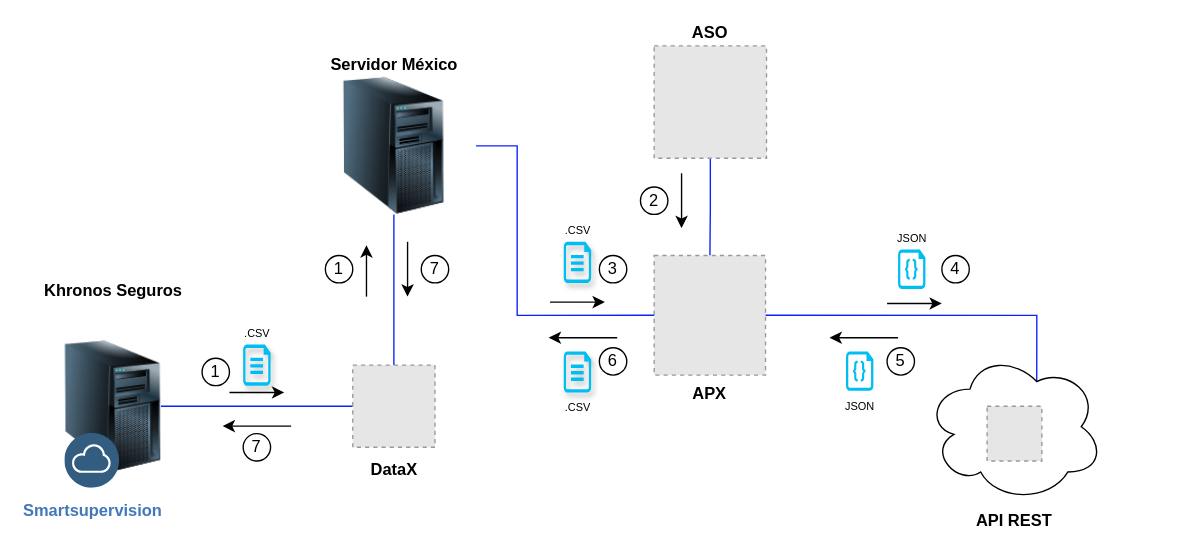
PLATYPUSCO007/DRAWIO keeps this draw.io diagram as Khronos.drawio. Above is the earlier version. Source tidied: cells renumbered, new cells numbered last; positions are measured from the earlier drawing's top-left corner, leaving out a move shared by most shapes. Both pictures are drawn from the tidied source at 137%, with x=0, y=0 at pixel (64, 45). Pictures stored in the file or linked from it are replaced by grey dashed boxes.
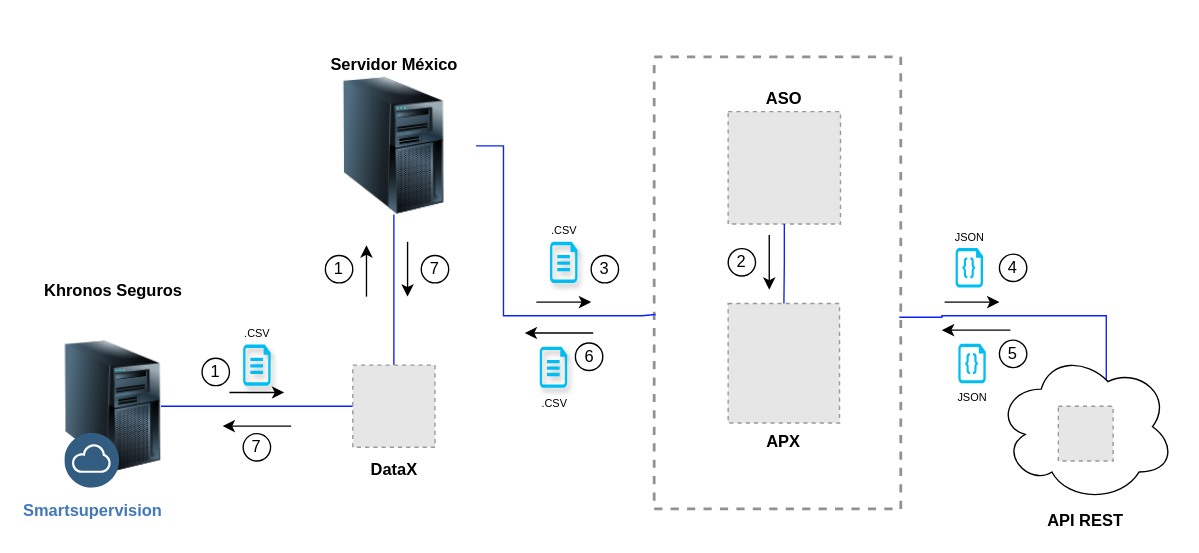
The same page after the edit.

Unchanged cells that the change refers to:
```xml
<mxCell id="12" value="Servidor México" style="image;html=1;image=img/lib/clip_art/computers/Server_Tower_128x128.png;labelPosition=center;verticalLabelPosition=top;align=center;verticalAlign=bottom;fontStyle=1;" parent="1" vertex="1">
  <mxGeometry x="180" y="23" width="120" height="100" as="geometry" />
</mxCell>
```

Diff of the diagram source:
```diff
@@
-    <mxCell id="2" style="edgeStyle=orthogonalEdgeStyle;rounded=0;jettySize=auto;html=1;fontColor=#0A22FF;strokeColor=#0A22FF;endArrow=none;startFill=0;" parent="1" edge="1" source="3" target="4">
-      <mxGeometry relative="1" as="geometry" />
-    </mxCell>
+    <mxCell id="38" style="fontStyle=0;verticalAlign=top;align=center;spacingTop=-2;fillColor=none;rounded=0;whiteSpace=wrap;html=1;strokeColor=#919191;strokeWidth=2;dashed=1;" parent="1" vertex="1">
+      <mxGeometry x="430" y="8" width="180" height="330" as="geometry" />
+    </mxCell>
-    <mxCell id="3" value="ASO" style="fillColor=#E6E6E6;strokeColor=#999999;dashed=1;verticalLabelPosition=top;labelBackgroundColor=default;verticalAlign=bottom;labelPosition=center;align=center;fontStyle=1;" parent="1" vertex="1">
-      <mxGeometry x="430" width="82" height="82" as="geometry" />
+    <mxCell id="3" value="ASO" style="fillColor=#E6E6E6;strokeColor=#999999;dashed=1;verticalLabelPosition=top;labelBackgroundColor=default;verticalAlign=bottom;labelPosition=center;align=center;fontStyle=1;" parent="38" vertex="1">
+      <mxGeometry x="54" y="40" width="82" height="82" as="geometry" />
     </mxCell>
-    <mxCell id="4" value="APX" style="fillColor=#E6E6E6;strokeColor=#999999;dashed=1;verticalLabelPosition=bottom;labelBackgroundColor=default;verticalAlign=top;labelPosition=center;align=center;fontStyle=1;" parent="1" vertex="1">
-      <mxGeometry x="430" y="153" width="81.3" height="87.3" as="geometry" />
+    <mxCell id="4" value="APX" style="fillColor=#E6E6E6;strokeColor=#999999;dashed=1;verticalLabelPosition=bottom;labelBackgroundColor=default;verticalAlign=top;labelPosition=center;align=center;fontStyle=1;" parent="38" vertex="1">
+      <mxGeometry x="54" y="180" width="81.3" height="87.3" as="geometry" />
     </mxCell>
+    <mxCell id="2" style="edgeStyle=orthogonalEdgeStyle;rounded=0;jettySize=auto;html=1;fontColor=#0A22FF;strokeColor=#0A22FF;endArrow=none;startFill=0;" parent="38" edge="1" source="3" target="4">
+      <mxGeometry relative="1" as="geometry" />
+    </mxCell>
+    <mxCell id="26" style="endArrow=classic;html=1;rounded=0;" parent="38" edge="1">
+      <mxGeometry relative="1" as="geometry">
+        <mxPoint x="84" y="130" as="sourcePoint" />
+        <mxPoint x="84" y="170" as="targetPoint" />
+      </mxGeometry>
+    </mxCell>
+    <mxCell id="20" value="2" style="ellipse;whiteSpace=wrap;html=1;" parent="38" vertex="1">
+      <mxGeometry x="54" y="140" width="20" height="20" as="geometry" />
+    </mxCell>
@@
-    <mxCell id="7" style="edgeStyle=orthogonalEdgeStyle;rounded=0;jettySize=auto;html=1;exitX=0.625;exitY=0.2;exitDx=0;exitDy=0;exitPerimeter=0;entryX=1;entryY=0.5;entryDx=0;entryDy=0;endArrow=none;startFill=0;strokeColor=#0A22FF;" parent="1" edge="1" source="8" target="4">
+    <mxCell id="7" style="edgeStyle=orthogonalEdgeStyle;rounded=0;jettySize=auto;html=1;exitX=0.625;exitY=0.2;exitDx=0;exitDy=0;exitPerimeter=0;endArrow=none;startFill=0;strokeColor=#0A22FF;entryX=0.994;entryY=0.576;entryDx=0;entryDy=0;entryPerimeter=0;" parent="1" edge="1" source="8" target="38">
       <mxGeometry relative="1" as="geometry">
         <Array as="points">
-          <mxPoint x="709" y="197" />
+          <mxPoint x="760" y="245" />
+          <mxPoint x="760" y="197" />
+          <mxPoint x="640" y="197" />
+          <mxPoint x="640" y="198" />
         </Array>
       </mxGeometry>
     </mxCell>
-    <mxCell id="8" value="API REST" style="ellipse;shape=cloud;whiteSpace=wrap;html=1;align=center;verticalAlign=top;labelPosition=center;verticalLabelPosition=bottom;fontStyle=1;" parent="1" vertex="1">
-      <mxGeometry x="628" y="223" width="130" height="110" as="geometry" />
-    </mxCell>
@@
-    <mxCell id="14" style="edgeStyle=orthogonalEdgeStyle;rounded=0;jettySize=auto;html=1;entryX=0;entryY=0.5;entryDx=0;entryDy=0;exitX=1;exitY=0.5;exitDx=0;exitDy=0;strokeColor=#0A22FF;endArrow=none;startFill=0;" parent="1" edge="1" source="12" target="4">
+    <mxCell id="14" style="edgeStyle=orthogonalEdgeStyle;rounded=0;jettySize=auto;html=1;exitX=1;exitY=0.5;exitDx=0;exitDy=0;strokeColor=#0A22FF;endArrow=none;startFill=0;entryX=0.006;entryY=0.57;entryDx=0;entryDy=0;entryPerimeter=0;" parent="1" edge="1" source="12" target="38">
       <mxGeometry relative="1" as="geometry">
         <Array as="points">
-          <mxPoint x="330" y="73" />
-          <mxPoint x="330" y="197" />
+          <mxPoint x="320" y="73" />
+          <mxPoint x="320" y="197" />
+          <mxPoint x="421" y="197" />
         </Array>
       </mxGeometry>
     </mxCell>
     <mxCell id="15" value="JSON" style="verticalLabelPosition=bottom;html=1;verticalAlign=top;align=center;strokeColor=none;fillColor=#00BEF2;shape=mxgraph.azure.code_file;fillStyle=solid;labelBackgroundColor=default;backgroundOutline=0;fontSize=8;" parent="1" vertex="1">
-      <mxGeometry x="570" y="223" width="20" height="28.8" as="geometry" />
+      <mxGeometry x="652" y="217.5" width="20" height="28.8" as="geometry" />
     </mxCell>
     <mxCell id="16" value=".CSV" style="verticalLabelPosition=top;html=1;verticalAlign=bottom;align=center;strokeColor=none;fillColor=#00BEF2;shape=mxgraph.azure.file;labelPosition=center;labelBackgroundColor=#FFFFFF;gradientColor=none;shadow=1;fontSize=8;" parent="1" vertex="1">
-      <mxGeometry x="364" y="143" width="20" height="30" as="geometry" />
+      <mxGeometry x="354" y="143" width="20" height="30" as="geometry" />
     </mxCell>
-    <mxCell id="17" style="fillColor=#E6E6E6;strokeColor=#999999;dashed=1;verticalLabelPosition=bottom;labelBackgroundColor=default;verticalAlign=top;" parent="1" vertex="1">
-      <mxGeometry x="673" y="263" width="40" height="40" as="geometry" />
-    </mxCell>
@@
-    <mxCell id="20" value="2" style="ellipse;whiteSpace=wrap;html=1;" parent="1" vertex="1">
-      <mxGeometry x="420" y="103" width="20" height="20" as="geometry" />
-    </mxCell>
     <mxCell id="21" value="4" style="ellipse;whiteSpace=wrap;html=1;" parent="1" vertex="1">
-      <mxGeometry x="640" y="153" width="20" height="20" as="geometry" />
+      <mxGeometry x="682" y="152" width="20" height="20" as="geometry" />
     </mxCell>
     <mxCell id="22" value="5" style="ellipse;whiteSpace=wrap;html=1;" parent="1" vertex="1">
-      <mxGeometry x="600" y="220.3" width="20" height="20" as="geometry" />
+      <mxGeometry x="682" y="214.8" width="20" height="20" as="geometry" />
     </mxCell>
@@
-    <mxCell id="26" style="endArrow=classic;html=1;rounded=0;" parent="1" edge="1">
-      <mxGeometry relative="1" as="geometry">
-        <mxPoint x="450" y="93" as="sourcePoint" />
-        <mxPoint x="450" y="133" as="targetPoint" />
-      </mxGeometry>
-    </mxCell>
     <mxCell id="27" style="endArrow=classic;html=1;rounded=0;endFill=1;" parent="1" edge="1">
       <mxGeometry relative="1" as="geometry">
-        <mxPoint x="354" y="187" as="sourcePoint" />
-        <mxPoint x="394" y="187" as="targetPoint" />
+        <mxPoint x="344" y="187" as="sourcePoint" />
+        <mxPoint x="384" y="187" as="targetPoint" />
       </mxGeometry>
     </mxCell>
     <mxCell id="28" value="3" style="ellipse;whiteSpace=wrap;html=1;" parent="1" vertex="1">
-      <mxGeometry x="390" y="153" width="20" height="20" as="geometry" />
+      <mxGeometry x="384" y="153" width="20" height="20" as="geometry" />
     </mxCell>
     <mxCell id="29" style="endArrow=classic;html=1;rounded=0;endFill=1;" parent="1" edge="1">
       <mxGeometry relative="1" as="geometry">
-        <mxPoint x="600" y="188" as="sourcePoint" />
-        <mxPoint x="640" y="188" as="targetPoint" />
+        <mxPoint x="642" y="187" as="sourcePoint" />
+        <mxPoint x="682" y="187" as="targetPoint" />
       </mxGeometry>
     </mxCell>
     <mxCell id="30" style="endArrow=classic;html=1;rounded=0;endFill=1;" parent="1" edge="1">
       <mxGeometry relative="1" as="geometry">
-        <mxPoint x="608" y="213" as="sourcePoint" />
-        <mxPoint x="558" y="213" as="targetPoint" />
+        <mxPoint x="690" y="207.5" as="sourcePoint" />
+        <mxPoint x="640" y="207.5" as="targetPoint" />
       </mxGeometry>
     </mxCell>
     <mxCell id="31" value="6" style="ellipse;whiteSpace=wrap;html=1;" parent="1" vertex="1">
-      <mxGeometry x="390" y="220.3" width="20" height="20" as="geometry" />
+      <mxGeometry x="372.5" y="216.9" width="20" height="20" as="geometry" />
     </mxCell>
     <mxCell id="32" style="endArrow=classic;html=1;rounded=0;endFill=1;" parent="1" edge="1">
       <mxGeometry relative="1" as="geometry">
-        <mxPoint x="403" y="213" as="sourcePoint" />
-        <mxPoint x="353" y="213" as="targetPoint" />
+        <mxPoint x="385.5" y="209.6" as="sourcePoint" />
+        <mxPoint x="335.5" y="209.6" as="targetPoint" />
       </mxGeometry>
     </mxCell>
     <mxCell id="33" value=".CSV" style="verticalLabelPosition=bottom;html=1;verticalAlign=top;align=center;strokeColor=none;fillColor=#00BEF2;shape=mxgraph.azure.file;labelPosition=center;labelBackgroundColor=#FFFFFF;gradientColor=none;shadow=1;fontSize=8;" parent="1" vertex="1">
-      <mxGeometry x="364" y="223" width="20" height="30" as="geometry" />
+      <mxGeometry x="346.5" y="219.6" width="20" height="30" as="geometry" />
     </mxCell>
@@
     <mxCell id="37" value="JSON" style="verticalLabelPosition=top;html=1;verticalAlign=bottom;align=center;strokeColor=none;fillColor=#00BEF2;shape=mxgraph.azure.code_file;fillStyle=solid;labelBackgroundColor=default;backgroundOutline=0;fontSize=8;labelPosition=center;" parent="1" vertex="1">
-      <mxGeometry x="608" y="148.6" width="20" height="28.8" as="geometry" />
+      <mxGeometry x="650" y="147.6" width="20" height="28.8" as="geometry" />
     </mxCell>
+    <mxCell id="39" style="group;" parent="1" vertex="1">
+      <mxGeometry x="680" y="223" width="130" height="110" as="geometry" />
+    </mxCell>
+    <mxCell id="8" value="API REST" style="ellipse;shape=cloud;whiteSpace=wrap;html=1;align=center;verticalAlign=top;labelPosition=center;verticalLabelPosition=bottom;fontStyle=1;" parent="39" vertex="1">
+      <mxGeometry width="130" height="110" as="geometry" />
+    </mxCell>
+    <mxCell id="17" style="fillColor=#E6E6E6;strokeColor=#999999;dashed=1;verticalLabelPosition=bottom;labelBackgroundColor=default;verticalAlign=top;" parent="39" vertex="1">
+      <mxGeometry x="45" y="40" width="40" height="40" as="geometry" />
+    </mxCell>
```
